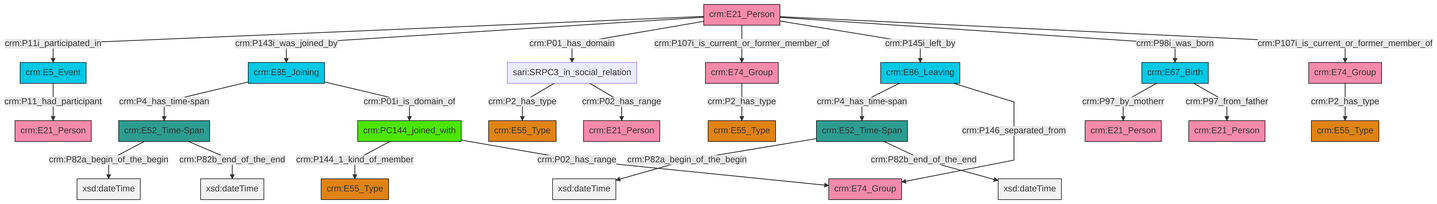
Earlier version of the Mermaid export et/personCSV/ttl/mmd/png/Person_Actor_Relations.png (swiss-art-research-net/docs.swissartresearch). Its source is kept beside it as et/personCSV/ttl/mmd/Person_Actor_Relations.ttl.mmd.
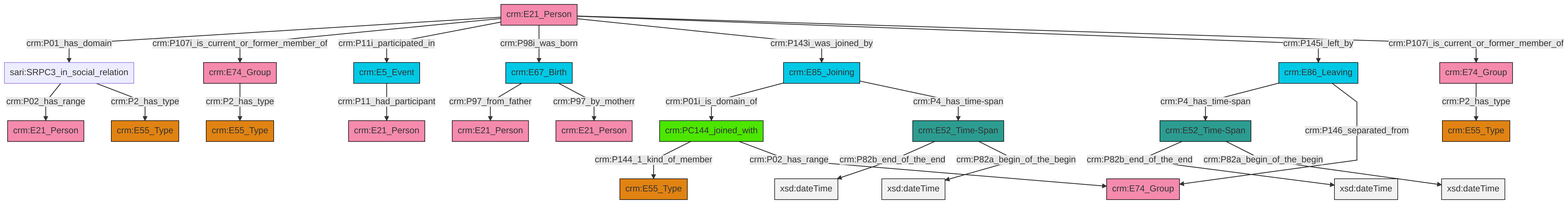
Later version of the same file.

Change to the diagram source:
```diff
@@ -13,27 +13,27 @@
 classDef PC_Classes fill:#4ce600, stroke:#000000;
 classDef Multi fill:#cccccc,stroke:#000000;
 
+0["crm:PC144_joined_with"]:::PC_Classes -->|crm:P144_1_kind_of_member| 1["crm:E55_Type"]:::Type
 2["crm:E74_Group"]:::Actor -->|crm:P2_has_type| 3["crm:E55_Type"]:::Type
-11["crm:E21_Person"]:::Actor -->|crm:P11i_participated_in| 12["crm:E5_Event"]:::Temporal_Entity
-12["crm:E5_Event"]:::Temporal_Entity -->|crm:P11_had_participant| 13["crm:E21_Person"]:::Actor
-6["crm:E86_Leaving"]:::Temporal_Entity -->|crm:P4_has_time-span| 23["crm:E52_Time-Span"]:::Time-Span
-11["crm:E21_Person"]:::Actor -->|crm:P143i_was_joined_by| 28["crm:E85_Joining"]:::Temporal_Entity
-9["crm:E52_Time-Span"]:::Time-Span -->|crm:P82a_begin_of_the_begin| 30[xsd:dateTime]:::Literal
-20["crm:E67_Birth"]:::Temporal_Entity -->|crm:P97_by_motherr| 31["crm:E21_Person"]:::Actor
-26["crm:PC144_joined_with"]:::PC_Classes -->|crm:P144_1_kind_of_member| 4["crm:E55_Type"]:::Type
-11["crm:E21_Person"]:::Actor -->|crm:P01_has_domain| 16["sari:SRPC3_in_social_relation"]:::Default
-9["crm:E52_Time-Span"]:::Time-Span -->|crm:P82b_end_of_the_end| 32[xsd:dateTime]:::Literal
-28["crm:E85_Joining"]:::Temporal_Entity -->|crm:P4_has_time-span| 9["crm:E52_Time-Span"]:::Time-Span
-20["crm:E67_Birth"]:::Temporal_Entity -->|crm:P97_from_father| 24["crm:E21_Person"]:::Actor
-16["sari:SRPC3_in_social_relation"]:::Default -->|crm:P2_has_type| 18["crm:E55_Type"]:::Type
-11["crm:E21_Person"]:::Actor -->|crm:P107i_is_current_or_former_member_of| 2["crm:E74_Group"]:::Actor
-16["sari:SRPC3_in_social_relation"]:::Default -->|crm:P02_has_range| 35["crm:E21_Person"]:::Actor
-37["crm:E74_Group"]:::Actor -->|crm:P2_has_type| 0["crm:E55_Type"]:::Type
-11["crm:E21_Person"]:::Actor -->|crm:P145i_left_by| 6["crm:E86_Leaving"]:::Temporal_Entity
-23["crm:E52_Time-Span"]:::Time-Span -->|crm:P82a_begin_of_the_begin| 41[xsd:dateTime]:::Literal
-11["crm:E21_Person"]:::Actor -->|crm:P98i_was_born| 20["crm:E67_Birth"]:::Temporal_Entity
-6["crm:E86_Leaving"]:::Temporal_Entity -->|crm:P146_separated_from| 43["crm:E74_Group"]:::Actor
-26["crm:PC144_joined_with"]:::PC_Classes -->|crm:P02_has_range| 43["crm:E74_Group"]:::Actor
-23["crm:E52_Time-Span"]:::Time-Span -->|crm:P82b_end_of_the_end| 45[xsd:dateTime]:::Literal
-28["crm:E85_Joining"]:::Temporal_Entity -->|crm:P01i_is_domain_of| 26["crm:PC144_joined_with"]:::PC_Classes
-11["crm:E21_Person"]:::Actor -->|crm:P107i_is_current_or_former_member_of| 37["crm:E74_Group"]:::Actor
+4["crm:E74_Group"]:::Actor -->|crm:P2_has_type| 5["crm:E55_Type"]:::Type
+0["crm:PC144_joined_with"]:::PC_Classes -->|crm:P02_has_range| 6["crm:E74_Group"]:::Actor
+8["crm:E21_Person"]:::Actor -->|crm:P01_has_domain| 9["sari:SRPC3_in_social_relation"]:::Default
+8["crm:E21_Person"]:::Actor -->|crm:P107i_is_current_or_former_member_of| 4["crm:E74_Group"]:::Actor
+8["crm:E21_Person"]:::Actor -->|crm:P11i_participated_in| 20["crm:E5_Event"]:::Temporal_Entity
+21["crm:E52_Time-Span"]:::Time-Span -->|crm:P82b_end_of_the_end| 22[xsd:dateTime]:::Literal
+11["crm:E86_Leaving"]:::Temporal_Entity -->|crm:P4_has_time-span| 24["crm:E52_Time-Span"]:::Time-Span
+20["crm:E5_Event"]:::Temporal_Entity -->|crm:P11_had_participant| 25["crm:E21_Person"]:::Actor
+8["crm:E21_Person"]:::Actor -->|crm:P98i_was_born| 29["crm:E67_Birth"]:::Temporal_Entity
+8["crm:E21_Person"]:::Actor -->|crm:P143i_was_joined_by| 16["crm:E85_Joining"]:::Temporal_Entity
+29["crm:E67_Birth"]:::Temporal_Entity -->|crm:P97_from_father| 13["crm:E21_Person"]:::Actor
+24["crm:E52_Time-Span"]:::Time-Span -->|crm:P82b_end_of_the_end| 31[xsd:dateTime]:::Literal
+29["crm:E67_Birth"]:::Temporal_Entity -->|crm:P97_by_motherr| 33["crm:E21_Person"]:::Actor
+8["crm:E21_Person"]:::Actor -->|crm:P145i_left_by| 11["crm:E86_Leaving"]:::Temporal_Entity
+24["crm:E52_Time-Span"]:::Time-Span -->|crm:P82a_begin_of_the_begin| 35[xsd:dateTime]:::Literal
+16["crm:E85_Joining"]:::Temporal_Entity -->|crm:P01i_is_domain_of| 0["crm:PC144_joined_with"]:::PC_Classes
+16["crm:E85_Joining"]:::Temporal_Entity -->|crm:P4_has_time-span| 21["crm:E52_Time-Span"]:::Time-Span
+9["sari:SRPC3_in_social_relation"]:::Default -->|crm:P02_has_range| 37["crm:E21_Person"]:::Actor
+11["crm:E86_Leaving"]:::Temporal_Entity -->|crm:P146_separated_from| 6["crm:E74_Group"]:::Actor
+9["sari:SRPC3_in_social_relation"]:::Default -->|crm:P2_has_type| 26["crm:E55_Type"]:::Type
+8["crm:E21_Person"]:::Actor -->|crm:P107i_is_current_or_former_member_of| 2["crm:E74_Group"]:::Actor
+21["crm:E52_Time-Span"]:::Time-Span -->|crm:P82a_begin_of_the_begin| 44[xsd:dateTime]:::Literal
```
